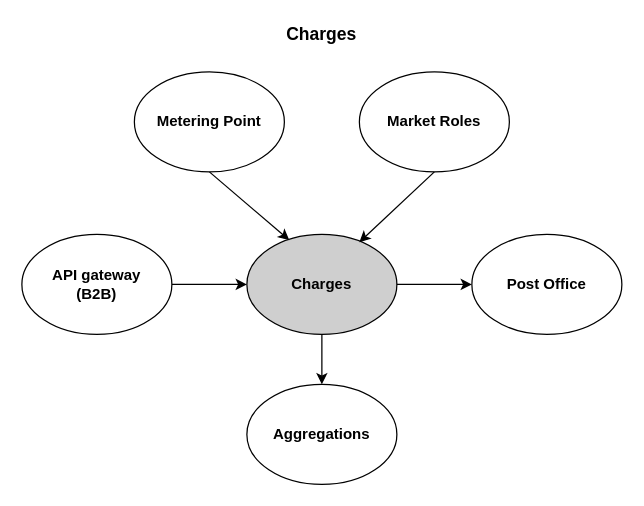
Earlier version of the draw.io diagram docs/images/ChargesContextStreams.drawio (Energinet-DataHub/ARCHIVED-geh-charges). Source tidied: cells renumbered, new cells numbered last; positions are measured from the earlier drawing's top-left corner, leaving out a move shared by most shapes. Both pictures are drawn from the tidied source at 125%, with x=0, y=0 at pixel (21, 21).
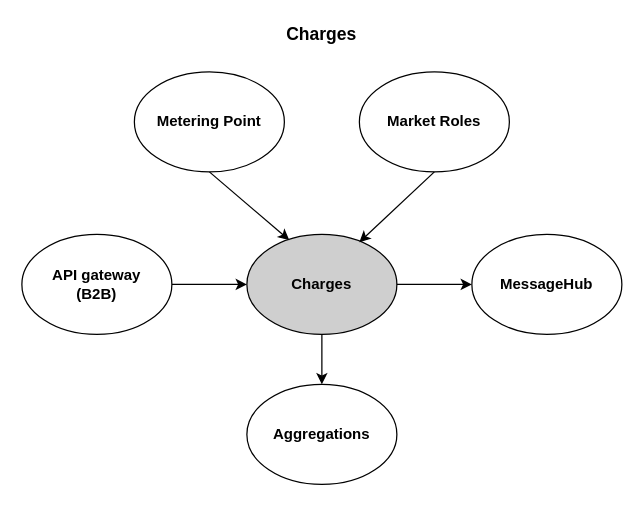
After the change.

Commit message (it also covers changes not shown here):
Context stream diagram uses MessageHub

The edit, as a diff of the source:
```diff
@@
 <mxGraphModel>
   <root>
     <mxCell id="0" />
     <mxCell id="1" parent="0" />
     <mxCell id="2" style="edgeStyle=orthogonalEdgeStyle;rounded=0;jettySize=auto;html=1;" parent="1" edge="1" source="3" target="7">
       <mxGeometry relative="1" as="geometry" />
     </mxCell>
     <mxCell id="3" value="&lt;b&gt;Charges&lt;/b&gt;" style="ellipse;whiteSpace=wrap;html=1;fillColor=#CFCFCF;" parent="1" vertex="1">
       <mxGeometry x="180" y="170" width="120" height="80" as="geometry" />
     </mxCell>
     <mxCell id="4" style="edgeStyle=orthogonalEdgeStyle;rounded=0;jettySize=auto;html=1;" parent="1" edge="1" source="5" target="3">
       <mxGeometry relative="1" as="geometry" />
     </mxCell>
     <mxCell id="5" value="&lt;b&gt;API gateway&lt;br&gt;(B2B)&lt;br&gt;&lt;/b&gt;" style="ellipse;whiteSpace=wrap;html=1;" parent="1" vertex="1">
       <mxGeometry y="170" width="120" height="80" as="geometry" />
     </mxCell>
-    <mxCell id="6" value="&lt;b&gt;Post Office&lt;/b&gt;" style="ellipse;whiteSpace=wrap;html=1;" parent="1" vertex="1">
+    <mxCell id="6" value="&lt;b&gt;MessageHub&lt;/b&gt;" style="ellipse;whiteSpace=wrap;html=1;" parent="1" vertex="1">
       <mxGeometry x="360" y="170" width="120" height="80" as="geometry" />
     </mxCell>
     <mxCell id="7" value="&lt;b&gt;Aggregations&lt;/b&gt;" style="ellipse;whiteSpace=wrap;html=1;" parent="1" vertex="1">
       <mxGeometry x="180" y="290" width="120" height="80" as="geometry" />
     </mxCell>
     <mxCell id="8" value="&lt;b&gt;&lt;font style=&quot;font-size: 14px&quot;&gt;Charges&lt;/font&gt;&lt;/b&gt;" style="text;html=1;strokeColor=none;fillColor=none;align=center;verticalAlign=middle;whiteSpace=wrap;rounded=0;" parent="1" vertex="1">
       <mxGeometry x="140" width="200" height="20" as="geometry" />
     </mxCell>
     <mxCell id="9" style="edgeStyle=orthogonalEdgeStyle;rounded=0;jettySize=auto;html=1;entryX=0;entryY=0.5;entryDx=0;entryDy=0;exitX=1;exitY=0.5;exitDx=0;exitDy=0;" parent="1" edge="1" source="3" target="6">
       <mxGeometry relative="1" as="geometry" />
     </mxCell>
     <mxCell id="10" value="&lt;b&gt;Market Roles&lt;/b&gt;" style="ellipse;whiteSpace=wrap;html=1;" parent="1" vertex="1">
       <mxGeometry x="270" y="40" width="120" height="80" as="geometry" />
     </mxCell>
     <mxCell id="11" value="&lt;b&gt;Metering Point&lt;/b&gt;" style="ellipse;whiteSpace=wrap;html=1;" parent="1" vertex="1">
       <mxGeometry x="90" y="40" width="120" height="80" as="geometry" />
     </mxCell>
     <mxCell id="12" style="endArrow=classic;html=1;exitX=0.5;exitY=1;exitDx=0;exitDy=0;entryX=0.283;entryY=0.058;entryDx=0;entryDy=0;entryPerimeter=0;" parent="1" edge="1" source="11" target="3">
       <mxGeometry relative="1" as="geometry" />
     </mxCell>
     <mxCell id="13" style="endArrow=classic;html=1;exitX=0.5;exitY=1;exitDx=0;exitDy=0;entryX=0.75;entryY=0.078;entryDx=0;entryDy=0;entryPerimeter=0;" parent="1" edge="1" source="10" target="3">
       <mxGeometry relative="1" as="geometry" />
     </mxCell>
   </root>
 </mxGraphModel>
```
